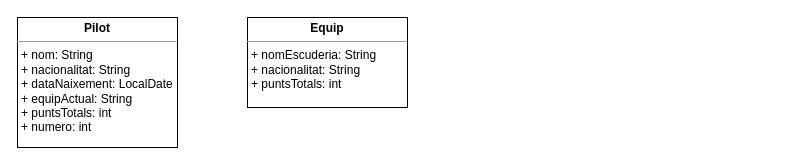
Above: Formula1.drawio in AoStefff/TeamF1 (draw.io), before the change. Source tidied: cells renumbered, new cells numbered last; positions are measured from the earlier drawing's top-left corner, leaving out a move shared by most shapes. Both pictures are drawn from the tidied source at 100%, with x=0, y=0 at pixel (17, 17).
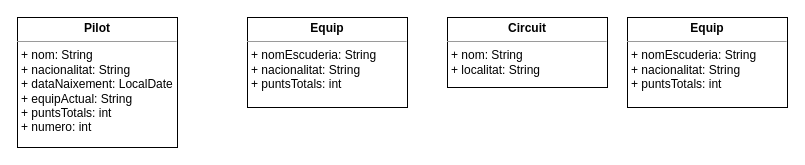
The same page after the edit.

What changed in the source:
```diff
@@
 <mxGraphModel>
   <root>
     <mxCell id="0" />
     <mxCell id="1" parent="0" />
     <mxCell id="2" value="&lt;p style=&quot;margin: 0px ; margin-top: 4px ; text-align: center&quot;&gt;&lt;b&gt;Pilot&lt;/b&gt;&lt;/p&gt;&lt;hr size=&quot;1&quot;&gt;&lt;p style=&quot;margin: 0px ; margin-left: 4px&quot;&gt;+ nom: String&lt;/p&gt;&lt;p style=&quot;margin: 0px ; margin-left: 4px&quot;&gt;+ nacionalitat: String&lt;/p&gt;&lt;p style=&quot;margin: 0px ; margin-left: 4px&quot;&gt;+ dataNaixement: LocalDate&lt;/p&gt;&lt;p style=&quot;margin: 0px ; margin-left: 4px&quot;&gt;+ equipActual: String&lt;/p&gt;&lt;p style=&quot;margin: 0px ; margin-left: 4px&quot;&gt;+ puntsTotals: int&lt;/p&gt;&lt;p style=&quot;margin: 0px ; margin-left: 4px&quot;&gt;+ numero: int&lt;/p&gt;&lt;p style=&quot;margin: 0px ; margin-left: 4px&quot;&gt;&amp;nbsp;&lt;/p&gt;&lt;p style=&quot;margin: 0px ; margin-left: 4px&quot;&gt;&lt;br&gt;&lt;/p&gt;" style="verticalAlign=top;align=left;overflow=fill;fontSize=12;fontFamily=Helvetica;html=1;" parent="1" vertex="1">
       <mxGeometry width="160" height="130" as="geometry" />
     </mxCell>
     <mxCell id="3" value="&lt;p style=&quot;margin: 0px ; margin-top: 4px ; text-align: center&quot;&gt;&lt;b&gt;Equip&lt;/b&gt;&lt;/p&gt;&lt;hr size=&quot;1&quot;&gt;&lt;p style=&quot;margin: 0px ; margin-left: 4px&quot;&gt;+ nomEscuderia: String&lt;/p&gt;&lt;p style=&quot;margin: 0px ; margin-left: 4px&quot;&gt;+ nacionalitat: String&lt;/p&gt;&lt;p style=&quot;margin: 0px ; margin-left: 4px&quot;&gt;+ puntsTotals: int&lt;/p&gt;&lt;p style=&quot;margin: 0px ; margin-left: 4px&quot;&gt;&amp;nbsp;&lt;/p&gt;&lt;p style=&quot;margin: 0px ; margin-left: 4px&quot;&gt;&lt;br&gt;&lt;/p&gt;" style="verticalAlign=top;align=left;overflow=fill;fontSize=12;fontFamily=Helvetica;html=1;" parent="1" vertex="1">
       <mxGeometry x="230" width="160" height="90" as="geometry" />
     </mxCell>
+    <mxCell id="4" value="&lt;p style=&quot;margin: 0px ; margin-top: 4px ; text-align: center&quot;&gt;&lt;b&gt;Circuit&lt;/b&gt;&lt;/p&gt;&lt;hr size=&quot;1&quot;&gt;&lt;p style=&quot;margin: 0px ; margin-left: 4px&quot;&gt;+ nom: String&lt;/p&gt;&lt;p style=&quot;margin: 0px ; margin-left: 4px&quot;&gt;+ localitat: String&lt;/p&gt;&lt;p style=&quot;margin: 0px ; margin-left: 4px&quot;&gt;&lt;br&gt;&lt;/p&gt;" style="verticalAlign=top;align=left;overflow=fill;fontSize=12;fontFamily=Helvetica;html=1;" parent="1" vertex="1">
+      <mxGeometry x="430" width="160" height="70" as="geometry" />
+    </mxCell>
+    <mxCell id="5" value="&lt;p style=&quot;margin: 0px ; margin-top: 4px ; text-align: center&quot;&gt;&lt;b&gt;Equip&lt;/b&gt;&lt;/p&gt;&lt;hr size=&quot;1&quot;&gt;&lt;p style=&quot;margin: 0px ; margin-left: 4px&quot;&gt;+ nomEscuderia: String&lt;/p&gt;&lt;p style=&quot;margin: 0px ; margin-left: 4px&quot;&gt;+ nacionalitat: String&lt;/p&gt;&lt;p style=&quot;margin: 0px ; margin-left: 4px&quot;&gt;+ puntsTotals: int&lt;/p&gt;&lt;p style=&quot;margin: 0px ; margin-left: 4px&quot;&gt;&amp;nbsp;&lt;/p&gt;&lt;p style=&quot;margin: 0px ; margin-left: 4px&quot;&gt;&lt;br&gt;&lt;/p&gt;" style="verticalAlign=top;align=left;overflow=fill;fontSize=12;fontFamily=Helvetica;html=1;" parent="1" vertex="1">
+      <mxGeometry x="610" width="160" height="90" as="geometry" />
+    </mxCell>
   </root>
 </mxGraphModel>
```
